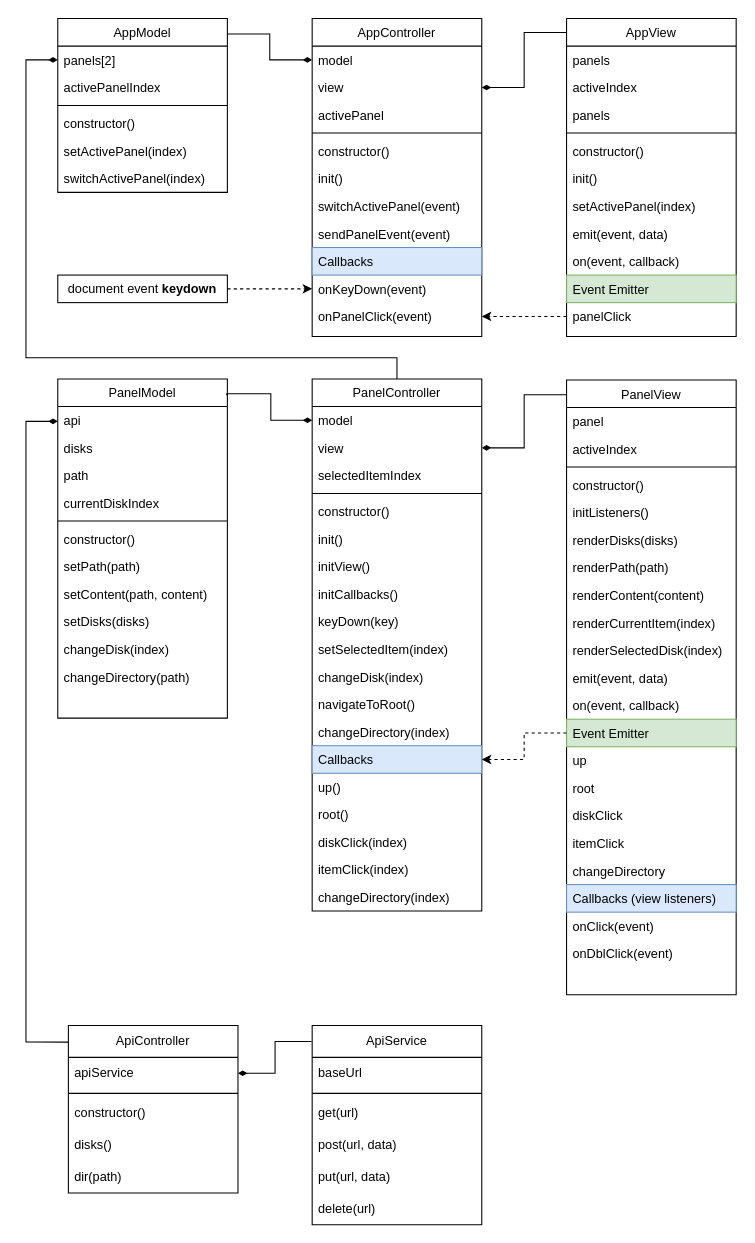
Nikolas321654/Hooli_Commander keeps this draw.io diagram as UML/HooliCommander.drawio. Above is the earlier version. Source tidied: cells renumbered, new cells numbered last; positions are measured from the earlier drawing's top-left corner, leaving out a move shared by most shapes. Both pictures are drawn from the tidied source at 106%, with x=0, y=0 at pixel (25, 18).
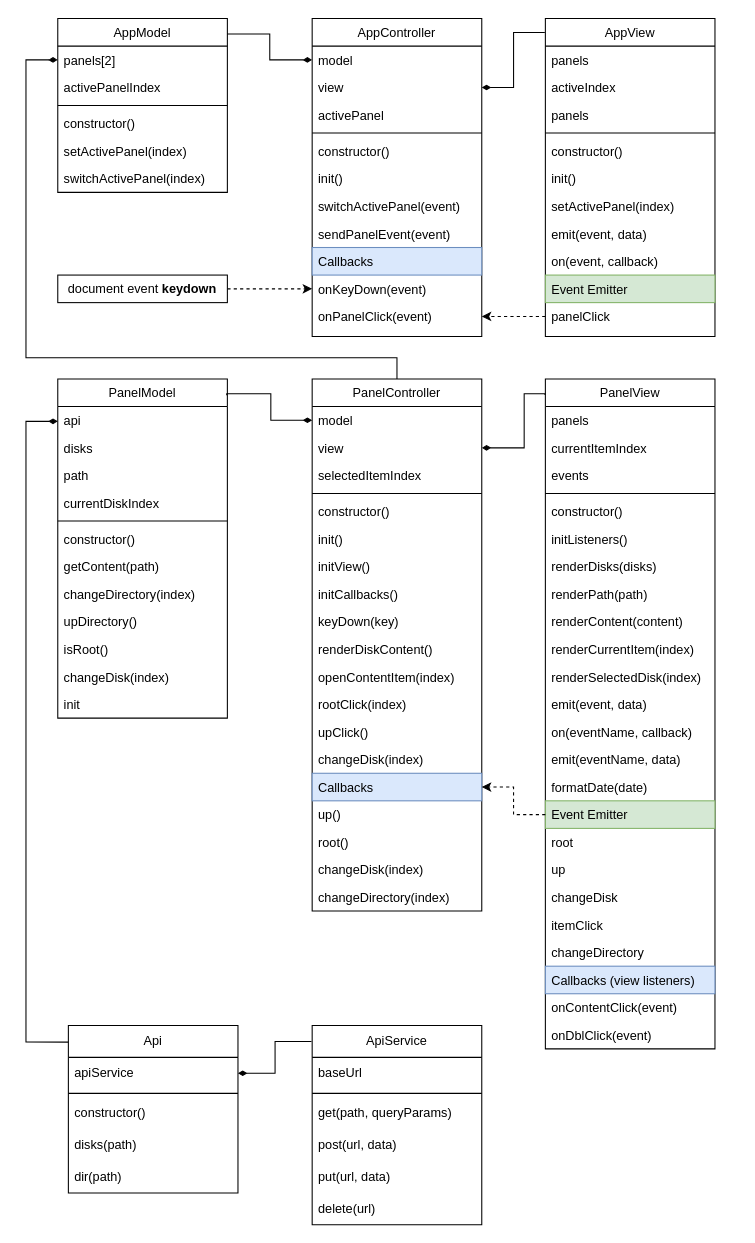
Above is the later version.

Unchanged cells that the change refers to:
```xml
<mxCell id="36" value="PanelController" style="swimlane;fontStyle=0;align=center;verticalAlign=top;horizontal=1;startSize=26;rounded=0;shadow=0;strokeWidth=1;" parent="1" vertex="1">
  <mxGeometry x="270" y="340" width="160" height="502" as="geometry" />
</mxCell>
<mxCell id="78" value="PanelModel" style="swimlane;fontStyle=0;align=center;verticalAlign=top;horizontal=1;startSize=26;rounded=0;shadow=0;strokeWidth=1;" parent="1" vertex="1">
  <mxGeometry x="30" y="340" width="160" height="320" as="geometry" />
</mxCell>
<mxCell id="102" value="ApiService" style="swimlane;fontStyle=0;horizontal=1;startSize=30;whiteSpace=wrap;html=1;" parent="1" vertex="1">
  <mxGeometry x="270" y="950" width="160" height="188" as="geometry" />
</mxCell>
```

What changed in the source:
```diff
@@
     <mxCell id="14" value="AppView" style="swimlane;fontStyle=0;align=center;verticalAlign=top;horizontal=1;startSize=26;rounded=0;shadow=0;strokeWidth=1;" parent="1" vertex="1">
-      <mxGeometry x="510" width="160" height="300" as="geometry" />
+      <mxGeometry x="490" width="160" height="300" as="geometry" />
     </mxCell>
@@
-    <mxCell id="46" value="setSelectedItem(index)" style="text;align=left;verticalAlign=top;spacingLeft=4;spacingRight=4;overflow=hidden;" parent="36" vertex="1">
-      <mxGeometry y="242" width="160" height="26" as="geometry" />
-    </mxCell>
+    <mxCell id="111" value="renderDiskContent()" style="text;align=left;verticalAlign=top;spacingLeft=4;spacingRight=4;overflow=hidden;" parent="36" vertex="1">
+      <mxGeometry y="242" width="160" height="26" as="geometry" />
+    </mxCell>
+    <mxCell id="112" value="openContentItem(index)" style="text;align=left;verticalAlign=top;spacingLeft=4;spacingRight=4;overflow=hidden;" parent="36" vertex="1">
+      <mxGeometry y="268" width="160" height="26" as="geometry" />
+    </mxCell>
+    <mxCell id="113" value="rootClick(index)" style="text;align=left;verticalAlign=top;spacingLeft=4;spacingRight=4;overflow=hidden;" parent="36" vertex="1">
+      <mxGeometry y="294" width="160" height="26" as="geometry" />
+    </mxCell>
+    <mxCell id="114" value="upClick()" style="text;align=left;verticalAlign=top;spacingLeft=4;spacingRight=4;overflow=hidden;" parent="36" vertex="1">
+      <mxGeometry y="320" width="160" height="26" as="geometry" />
+    </mxCell>
     <mxCell id="47" value="changeDisk(index)" style="text;align=left;verticalAlign=top;spacingLeft=4;spacingRight=4;overflow=hidden;" parent="36" vertex="1">
-      <mxGeometry y="268" width="160" height="26" as="geometry" />
+      <mxGeometry y="346" width="160" height="26" as="geometry" />
     </mxCell>
-    <mxCell id="48" value="navigateToRoot()" style="text;align=left;verticalAlign=top;spacingLeft=4;spacingRight=4;overflow=hidden;" parent="36" vertex="1">
-      <mxGeometry y="294" width="160" height="26" as="geometry" />
-    </mxCell>
-    <mxCell id="49" value="changeDirectory(index)" style="text;align=left;verticalAlign=top;spacingLeft=4;spacingRight=4;overflow=hidden;" parent="36" vertex="1">
-      <mxGeometry y="320" width="160" height="26" as="geometry" />
-    </mxCell>
     <mxCell id="50" value="Callbacks" style="text;align=left;verticalAlign=top;spacingLeft=4;spacingRight=4;overflow=hidden;points=[[0,0.5],[1,0.5]];portConstraint=eastwest;fillColor=#dae8fc;strokeColor=#6c8ebf;" parent="36" vertex="1">
-      <mxGeometry y="346" width="160" height="26" as="geometry" />
+      <mxGeometry y="372" width="160" height="26" as="geometry" />
     </mxCell>
     <mxCell id="51" value="up()" style="text;align=left;verticalAlign=top;spacingLeft=4;spacingRight=4;overflow=hidden;" parent="36" vertex="1">
-      <mxGeometry y="372" width="160" height="26" as="geometry" />
+      <mxGeometry y="398" width="160" height="26" as="geometry" />
     </mxCell>
     <mxCell id="52" value="root()" style="text;align=left;verticalAlign=top;spacingLeft=4;spacingRight=4;overflow=hidden;" parent="36" vertex="1">
-      <mxGeometry y="398" width="160" height="26" as="geometry" />
+      <mxGeometry y="424" width="160" height="26" as="geometry" />
     </mxCell>
-    <mxCell id="53" value="diskClick(index)" style="text;align=left;verticalAlign=top;spacingLeft=4;spacingRight=4;overflow=hidden;" parent="36" vertex="1">
-      <mxGeometry y="424" width="160" height="26" as="geometry" />
+    <mxCell id="53" value="changeDisk(index)" style="text;align=left;verticalAlign=top;spacingLeft=4;spacingRight=4;overflow=hidden;" parent="36" vertex="1">
+      <mxGeometry y="450" width="160" height="26" as="geometry" />
     </mxCell>
-    <mxCell id="54" value="itemClick(index)" style="text;align=left;verticalAlign=top;spacingLeft=4;spacingRight=4;overflow=hidden;" parent="36" vertex="1">
-      <mxGeometry y="450" width="160" height="26" as="geometry" />
-    </mxCell>
@@
     <mxCell id="56" value="PanelView" style="swimlane;fontStyle=0;align=center;verticalAlign=top;horizontal=1;startSize=26;rounded=0;shadow=0;strokeWidth=1;" parent="1" vertex="1">
-      <mxGeometry x="510" y="341" width="160" height="580" as="geometry" />
+      <mxGeometry x="490" y="340" width="160" height="632" as="geometry" />
     </mxCell>
-    <mxCell id="57" value="panel" style="text;align=left;verticalAlign=top;spacingLeft=4;spacingRight=4;overflow=hidden;" parent="56" vertex="1">
+    <mxCell id="57" value="panels" style="text;align=left;verticalAlign=top;spacingLeft=4;spacingRight=4;overflow=hidden;" parent="56" vertex="1">
       <mxGeometry y="26" width="160" height="26" as="geometry" />
     </mxCell>
-    <mxCell id="58" value="activeIndex" style="text;align=left;verticalAlign=top;spacingLeft=4;spacingRight=4;overflow=hidden;" parent="56" vertex="1">
+    <mxCell id="58" value="currentItemIndex" style="text;align=left;verticalAlign=top;spacingLeft=4;spacingRight=4;overflow=hidden;" parent="56" vertex="1">
       <mxGeometry y="52" width="160" height="26" as="geometry" />
     </mxCell>
+    <mxCell id="115" value="events" style="text;align=left;verticalAlign=top;spacingLeft=4;spacingRight=4;overflow=hidden;" parent="56" vertex="1">
+      <mxGeometry y="78" width="160" height="26" as="geometry" />
+    </mxCell>
     <mxCell id="59" style="line;html=1;strokeWidth=1;align=left;verticalAlign=middle;spacingTop=-1;spacingLeft=3;spacingRight=3;labelPosition=right;" parent="56" vertex="1">
-      <mxGeometry y="78" width="160" height="8" as="geometry" />
+      <mxGeometry y="104" width="160" height="8" as="geometry" />
     </mxCell>
     <mxCell id="60" value="constructor()" style="text;align=left;verticalAlign=top;spacingLeft=4;spacingRight=4;overflow=hidden;" parent="56" vertex="1">
-      <mxGeometry y="86" width="160" height="26" as="geometry" />
+      <mxGeometry y="112" width="160" height="26" as="geometry" />
     </mxCell>
     <mxCell id="61" value="initListeners()" style="text;align=left;verticalAlign=top;spacingLeft=4;spacingRight=4;overflow=hidden;" parent="56" vertex="1">
-      <mxGeometry y="112" width="160" height="26" as="geometry" />
+      <mxGeometry y="138" width="160" height="26" as="geometry" />
     </mxCell>
     <mxCell id="62" value="renderDisks(disks)" style="text;align=left;verticalAlign=top;spacingLeft=4;spacingRight=4;overflow=hidden;" parent="56" vertex="1">
-      <mxGeometry y="138" width="160" height="26" as="geometry" />
+      <mxGeometry y="164" width="160" height="26" as="geometry" />
     </mxCell>
     <mxCell id="63" value="renderPath(path)" style="text;align=left;verticalAlign=top;spacingLeft=4;spacingRight=4;overflow=hidden;" parent="56" vertex="1">
-      <mxGeometry y="164" width="160" height="26" as="geometry" />
+      <mxGeometry y="190" width="160" height="26" as="geometry" />
     </mxCell>
     <mxCell id="64" value="renderContent(content)" style="text;align=left;verticalAlign=top;spacingLeft=4;spacingRight=4;overflow=hidden;" parent="56" vertex="1">
-      <mxGeometry y="190" width="160" height="26" as="geometry" />
+      <mxGeometry y="216" width="160" height="26" as="geometry" />
     </mxCell>
     <mxCell id="65" value="renderCurrentItem(index)" style="text;align=left;verticalAlign=top;spacingLeft=4;spacingRight=4;overflow=hidden;" parent="56" vertex="1">
-      <mxGeometry y="216" width="160" height="26" as="geometry" />
+      <mxGeometry y="242" width="160" height="26" as="geometry" />
     </mxCell>
     <mxCell id="66" value="renderSelectedDisk(index)" style="text;align=left;verticalAlign=top;spacingLeft=4;spacingRight=4;overflow=hidden;" parent="56" vertex="1">
-      <mxGeometry y="242" width="160" height="26" as="geometry" />
+      <mxGeometry y="268" width="160" height="26" as="geometry" />
     </mxCell>
     <mxCell id="67" value="emit(event, data)" style="text;align=left;verticalAlign=top;spacingLeft=4;spacingRight=4;overflow=hidden;" parent="56" vertex="1">
-      <mxGeometry y="268" width="160" height="26" as="geometry" />
+      <mxGeometry y="294" width="160" height="26" as="geometry" />
     </mxCell>
+    <mxCell id="116" value="on(eventName, callback)" style="text;align=left;verticalAlign=top;spacingLeft=4;spacingRight=4;overflow=hidden;" parent="56" vertex="1">
+      <mxGeometry y="320" width="160" height="26" as="geometry" />
+    </mxCell>
+    <mxCell id="117" value="emit(eventName, data)" style="text;align=left;verticalAlign=top;spacingLeft=4;spacingRight=4;overflow=hidden;" parent="56" vertex="1">
+      <mxGeometry y="346" width="160" height="26" as="geometry" />
+    </mxCell>
-    <mxCell id="68" value="on(event, callback)" style="text;align=left;verticalAlign=top;spacingLeft=4;spacingRight=4;overflow=hidden;" parent="56" vertex="1">
-      <mxGeometry y="294" width="160" height="26" as="geometry" />
+    <mxCell id="68" value="formatDate(date)" style="text;align=left;verticalAlign=top;spacingLeft=4;spacingRight=4;overflow=hidden;" parent="56" vertex="1">
+      <mxGeometry y="372" width="160" height="26" as="geometry" />
     </mxCell>
     <mxCell id="69" value="Event Emitter" style="text;align=left;verticalAlign=top;spacingLeft=4;spacingRight=4;overflow=hidden;points=[[0,0.5],[1,0.5]];portConstraint=eastwest;fillColor=#d5e8d4;strokeColor=#82b366;" parent="56" vertex="1">
-      <mxGeometry y="320" width="160" height="26" as="geometry" />
+      <mxGeometry y="398" width="160" height="26" as="geometry" />
     </mxCell>
+    <mxCell id="71" value="root" style="text;align=left;verticalAlign=top;spacingLeft=4;spacingRight=4;overflow=hidden;" parent="56" vertex="1">
+      <mxGeometry y="424" width="160" height="26" as="geometry" />
+    </mxCell>
     <mxCell id="70" value="up" style="text;align=left;verticalAlign=top;spacingLeft=4;spacingRight=4;overflow=hidden;" parent="56" vertex="1">
-      <mxGeometry y="346" width="160" height="26" as="geometry" />
+      <mxGeometry y="450" width="160" height="26" as="geometry" />
     </mxCell>
-    <mxCell id="71" value="root" style="text;align=left;verticalAlign=top;spacingLeft=4;spacingRight=4;overflow=hidden;" parent="56" vertex="1">
-      <mxGeometry y="372" width="160" height="26" as="geometry" />
-    </mxCell>
-    <mxCell id="72" value="diskClick" style="text;align=left;verticalAlign=top;spacingLeft=4;spacingRight=4;overflow=hidden;" parent="56" vertex="1">
-      <mxGeometry y="398" width="160" height="26" as="geometry" />
+    <mxCell id="72" value="changeDisk" style="text;align=left;verticalAlign=top;spacingLeft=4;spacingRight=4;overflow=hidden;" parent="56" vertex="1">
+      <mxGeometry y="476" width="160" height="26" as="geometry" />
     </mxCell>
     <mxCell id="73" value="itemClick" style="text;align=left;verticalAlign=top;spacingLeft=4;spacingRight=4;overflow=hidden;" parent="56" vertex="1">
-      <mxGeometry y="424" width="160" height="26" as="geometry" />
+      <mxGeometry y="502" width="160" height="26" as="geometry" />
     </mxCell>
     <mxCell id="74" value="changeDirectory" style="text;align=left;verticalAlign=top;spacingLeft=4;spacingRight=4;overflow=hidden;" parent="56" vertex="1">
-      <mxGeometry y="450" width="160" height="26" as="geometry" />
+      <mxGeometry y="528" width="160" height="26" as="geometry" />
     </mxCell>
     <mxCell id="75" value="Callbacks (view listeners)" style="text;align=left;verticalAlign=top;spacingLeft=4;spacingRight=4;overflow=hidden;fillColor=#dae8fc;strokeColor=#6c8ebf;" parent="56" vertex="1">
-      <mxGeometry y="476" width="160" height="26" as="geometry" />
+      <mxGeometry y="554" width="160" height="26" as="geometry" />
     </mxCell>
-    <mxCell id="76" value="onClick(event)" style="text;align=left;verticalAlign=top;spacingLeft=4;spacingRight=4;overflow=hidden;" parent="56" vertex="1">
-      <mxGeometry y="502" width="160" height="26" as="geometry" />
+    <mxCell id="76" value="onContentClick(event)" style="text;align=left;verticalAlign=top;spacingLeft=4;spacingRight=4;overflow=hidden;" parent="56" vertex="1">
+      <mxGeometry y="580" width="160" height="26" as="geometry" />
     </mxCell>
     <mxCell id="77" value="onDblClick(event)" style="text;align=left;verticalAlign=top;spacingLeft=4;spacingRight=4;overflow=hidden;" parent="56" vertex="1">
-      <mxGeometry y="528" width="160" height="26" as="geometry" />
+      <mxGeometry y="606" width="160" height="26" as="geometry" />
     </mxCell>
@@
-    <mxCell id="85" value="setPath(path)" style="text;align=left;verticalAlign=top;spacingLeft=4;spacingRight=4;overflow=hidden;" parent="78" vertex="1">
-      <mxGeometry y="164" width="160" height="26" as="geometry" />
-    </mxCell>
-    <mxCell id="86" value="setContent(path, content)" style="text;align=left;verticalAlign=top;spacingLeft=4;spacingRight=4;overflow=hidden;" parent="78" vertex="1">
-      <mxGeometry y="190" width="160" height="26" as="geometry" />
+    <mxCell id="86" value="getContent(path)" style="text;align=left;verticalAlign=top;spacingLeft=4;spacingRight=4;overflow=hidden;" parent="78" vertex="1">
+      <mxGeometry y="164" width="160" height="26" as="geometry" />
     </mxCell>
-    <mxCell id="87" value="setDisks(disks)" style="text;align=left;verticalAlign=top;spacingLeft=4;spacingRight=4;overflow=hidden;" parent="78" vertex="1">
-      <mxGeometry y="216" width="160" height="26" as="geometry" />
-    </mxCell>
+    <mxCell id="89" value="changeDirectory(index)" style="text;align=left;verticalAlign=top;spacingLeft=4;spacingRight=4;overflow=hidden;" parent="78" vertex="1">
+      <mxGeometry y="190" width="160" height="26" as="geometry" />
+    </mxCell>
+    <mxCell id="118" value="upDirectory()" style="text;align=left;verticalAlign=top;spacingLeft=4;spacingRight=4;overflow=hidden;" parent="78" vertex="1">
+      <mxGeometry y="216" width="160" height="26" as="geometry" />
+    </mxCell>
+    <mxCell id="119" value="isRoot()" style="text;align=left;verticalAlign=top;spacingLeft=4;spacingRight=4;overflow=hidden;" parent="78" vertex="1">
+      <mxGeometry y="242" width="160" height="26" as="geometry" />
+    </mxCell>
     <mxCell id="88" value="changeDisk(index)" style="text;align=left;verticalAlign=top;spacingLeft=4;spacingRight=4;overflow=hidden;" parent="78" vertex="1">
-      <mxGeometry y="242" width="160" height="26" as="geometry" />
+      <mxGeometry y="268" width="160" height="26" as="geometry" />
     </mxCell>
-    <mxCell id="89" value="changeDirectory(path)" style="text;align=left;verticalAlign=top;spacingLeft=4;spacingRight=4;overflow=hidden;" parent="78" vertex="1">
-      <mxGeometry y="268" width="160" height="26" as="geometry" />
-    </mxCell>
+    <mxCell id="120" value="init" style="text;align=left;verticalAlign=top;spacingLeft=4;spacingRight=4;overflow=hidden;" parent="78" vertex="1">
+      <mxGeometry y="294" width="160" height="26" as="geometry" />
+    </mxCell>
@@
-    <mxCell id="96" value="ApiController" style="swimlane;fontStyle=0;horizontal=1;startSize=30;whiteSpace=wrap;html=1;" parent="1" vertex="1">
+    <mxCell id="96" value="Api" style="swimlane;fontStyle=0;horizontal=1;startSize=30;whiteSpace=wrap;html=1;" parent="1" vertex="1">
       <mxGeometry x="40" y="950" width="160" height="158" as="geometry" />
     </mxCell>
@@
-    <mxCell id="100" value="disks()" style="text;strokeColor=none;fillColor=none;align=left;verticalAlign=middle;spacingLeft=4;spacingRight=4;overflow=hidden;whiteSpace=wrap;html=1;" parent="96" vertex="1">
+    <mxCell id="100" value="disks(path)" style="text;strokeColor=none;fillColor=none;align=left;verticalAlign=middle;spacingLeft=4;spacingRight=4;overflow=hidden;whiteSpace=wrap;html=1;" parent="96" vertex="1">
       <mxGeometry y="98" width="160" height="30" as="geometry" />
     </mxCell>
@@
-    <mxCell id="105" value="get(url)" style="text;strokeColor=none;fillColor=none;align=left;verticalAlign=middle;spacingLeft=4;spacingRight=4;overflow=hidden;whiteSpace=wrap;html=1;" parent="102" vertex="1">
+    <mxCell id="105" value="get(path, queryParams)" style="text;strokeColor=none;fillColor=none;align=left;verticalAlign=middle;spacingLeft=4;spacingRight=4;overflow=hidden;whiteSpace=wrap;html=1;" parent="102" vertex="1">
       <mxGeometry y="68" width="160" height="30" as="geometry" />
     </mxCell>
```
